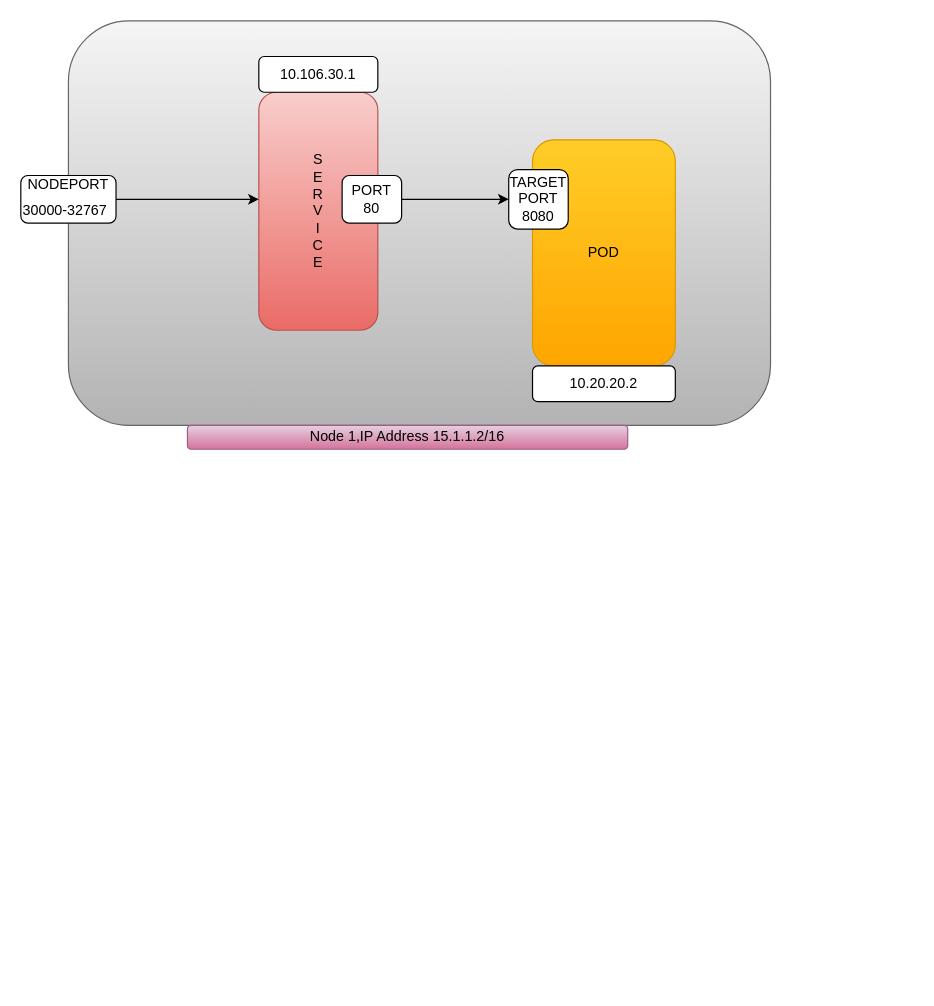
Earlier version of the draw.io diagram page "Page-4" (4 of 5) of Untitled Diagram.drawio (Dhruv9066/Assignment). Source tidied: cells renumbered, new cells numbered last; positions are measured from the earlier drawing's top-left corner, leaving out a move shared by most shapes. Both pictures are drawn from the tidied source at 119%, with x=0, y=0 at pixel (20, 20).
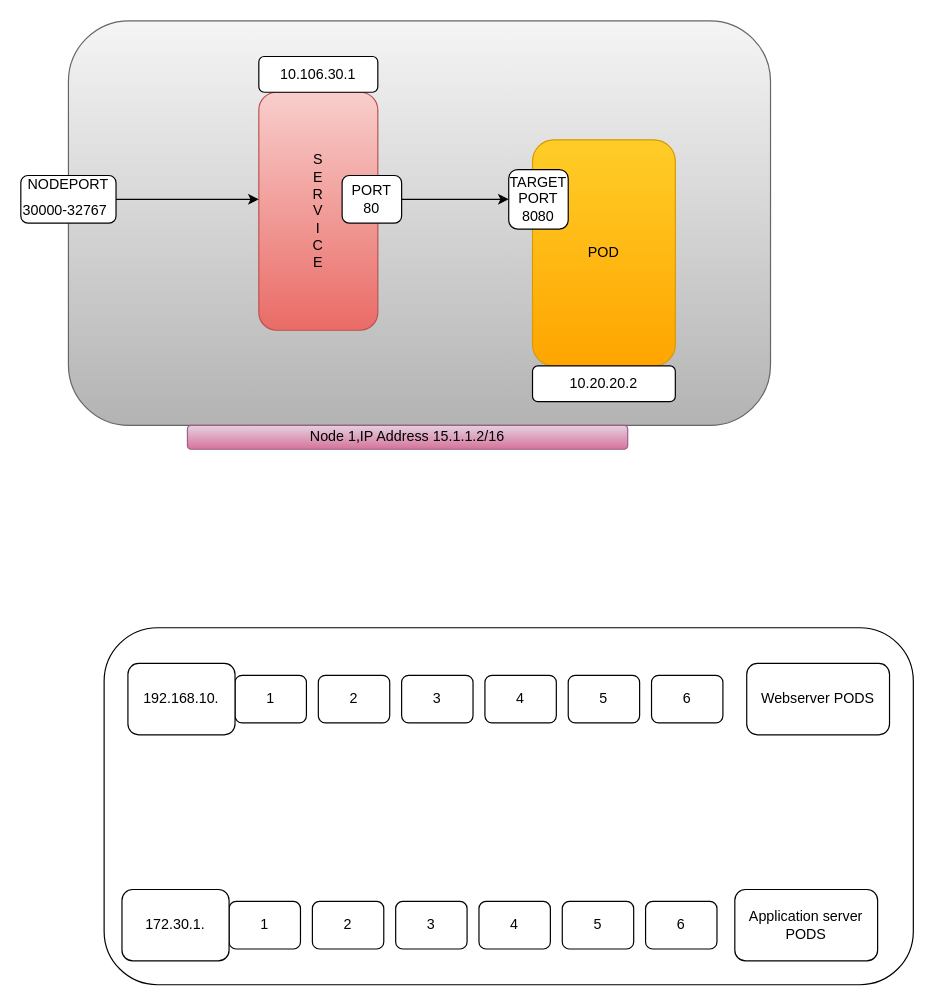
The same page after the edit.

What changed in the source:
```diff
@@
+    <mxCell id="13" style="rounded=1;whiteSpace=wrap;html=1;" parent="1" vertex="1">
+      <mxGeometry x="70" y="510" width="680" height="300" as="geometry" />
+    </mxCell>
+    <mxCell id="14" value="1" style="rounded=1;whiteSpace=wrap;html=1;" parent="1" vertex="1">
+      <mxGeometry x="180" y="550" width="60" height="40" as="geometry" />
+    </mxCell>
+    <mxCell id="15" value="2" style="rounded=1;whiteSpace=wrap;html=1;" parent="1" vertex="1">
+      <mxGeometry x="250" y="550" width="60" height="40" as="geometry" />
+    </mxCell>
+    <mxCell id="16" value="5" style="rounded=1;whiteSpace=wrap;html=1;" parent="1" vertex="1">
+      <mxGeometry x="460" y="550" width="60" height="40" as="geometry" />
+    </mxCell>
+    <mxCell id="17" value="4" style="rounded=1;whiteSpace=wrap;html=1;" parent="1" vertex="1">
+      <mxGeometry x="390" y="550" width="60" height="40" as="geometry" />
+    </mxCell>
+    <mxCell id="18" value="3" style="rounded=1;whiteSpace=wrap;html=1;" parent="1" vertex="1">
+      <mxGeometry x="320" y="550" width="60" height="40" as="geometry" />
+    </mxCell>
+    <mxCell id="19" value="6" style="rounded=1;whiteSpace=wrap;html=1;" parent="1" vertex="1">
+      <mxGeometry x="530" y="550" width="60" height="40" as="geometry" />
+    </mxCell>
+    <mxCell id="20" value="1" style="rounded=1;whiteSpace=wrap;html=1;" parent="1" vertex="1">
+      <mxGeometry x="175" y="740" width="60" height="40" as="geometry" />
+    </mxCell>
+    <mxCell id="21" value="2" style="rounded=1;whiteSpace=wrap;html=1;" parent="1" vertex="1">
+      <mxGeometry x="245" y="740" width="60" height="40" as="geometry" />
+    </mxCell>
+    <mxCell id="22" value="3" style="rounded=1;whiteSpace=wrap;html=1;" parent="1" vertex="1">
+      <mxGeometry x="315" y="740" width="60" height="40" as="geometry" />
+    </mxCell>
+    <mxCell id="23" value="4" style="rounded=1;whiteSpace=wrap;html=1;" parent="1" vertex="1">
+      <mxGeometry x="385" y="740" width="60" height="40" as="geometry" />
+    </mxCell>
+    <mxCell id="24" value="5" style="rounded=1;whiteSpace=wrap;html=1;" parent="1" vertex="1">
+      <mxGeometry x="455" y="740" width="60" height="40" as="geometry" />
+    </mxCell>
+    <mxCell id="25" value="6" style="rounded=1;whiteSpace=wrap;html=1;" parent="1" vertex="1">
+      <mxGeometry x="525" y="740" width="60" height="40" as="geometry" />
+    </mxCell>
+    <mxCell id="26" value="192.168.10." style="rounded=1;whiteSpace=wrap;html=1;" parent="1" vertex="1">
+      <mxGeometry x="90" y="540" width="90" height="60" as="geometry" />
+    </mxCell>
+    <mxCell id="27" value="172.30.1." style="rounded=1;whiteSpace=wrap;html=1;" parent="1" vertex="1">
+      <mxGeometry x="85" y="730" width="90" height="60" as="geometry" />
+    </mxCell>
+    <mxCell id="28" value="Webserver PODS" style="rounded=1;whiteSpace=wrap;html=1;" parent="1" vertex="1">
+      <mxGeometry x="610" y="540" width="120" height="60" as="geometry" />
+    </mxCell>
+    <mxCell id="29" value="Application server PODS" style="rounded=1;whiteSpace=wrap;html=1;" parent="1" vertex="1">
+      <mxGeometry x="600" y="730" width="120" height="60" as="geometry" />
+    </mxCell>
```
